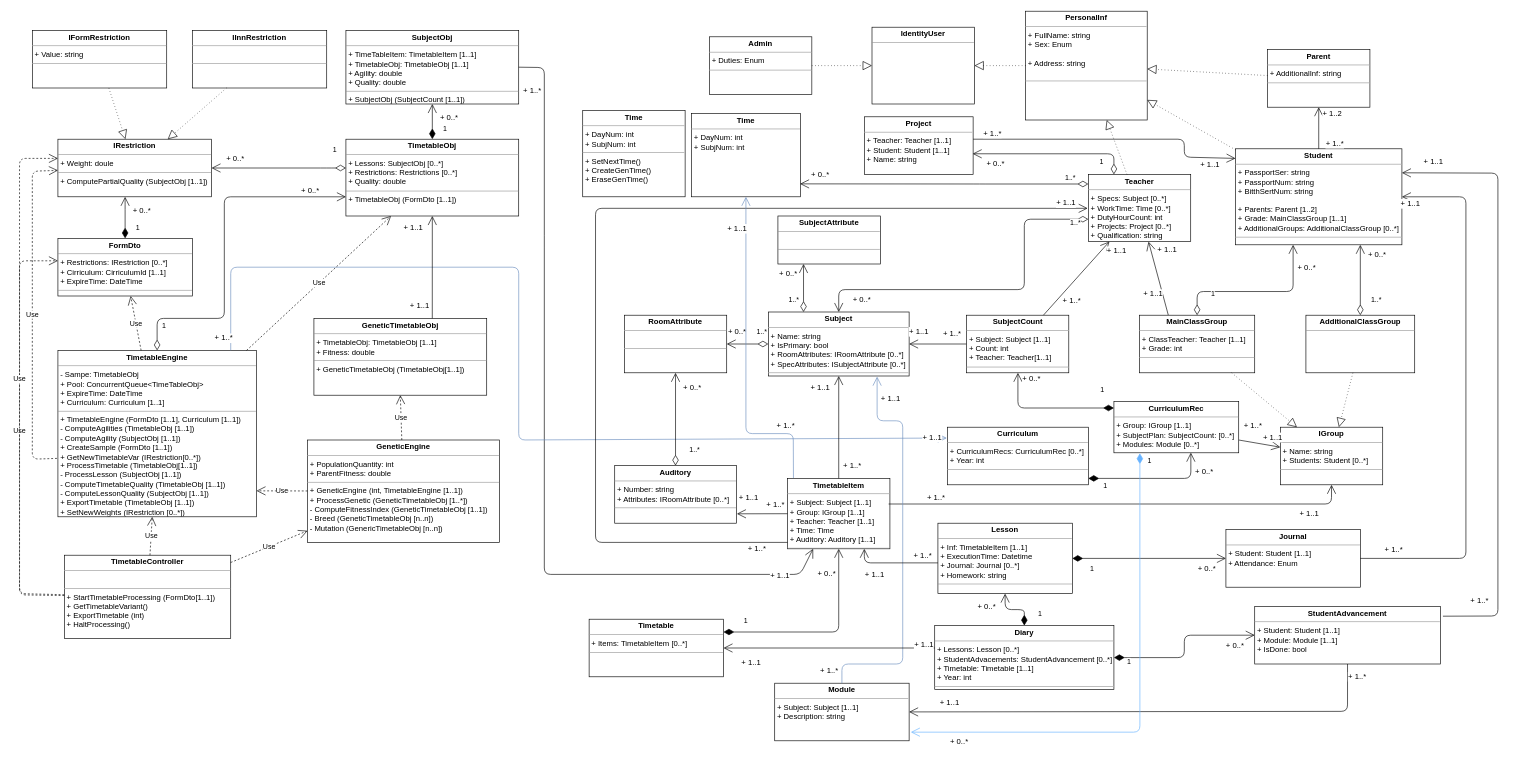
This is EF-4.drawio from Timur-Faskhutdinov/E-education_TF, a draw.io file, before an edit. Source tidied: cells renumbered, new cells numbered last; positions are measured from the earlier drawing's top-left corner, leaving out a move shared by most shapes. Both pictures are drawn from the tidied source at 64%, with x=0, y=0 at pixel (19, 11).
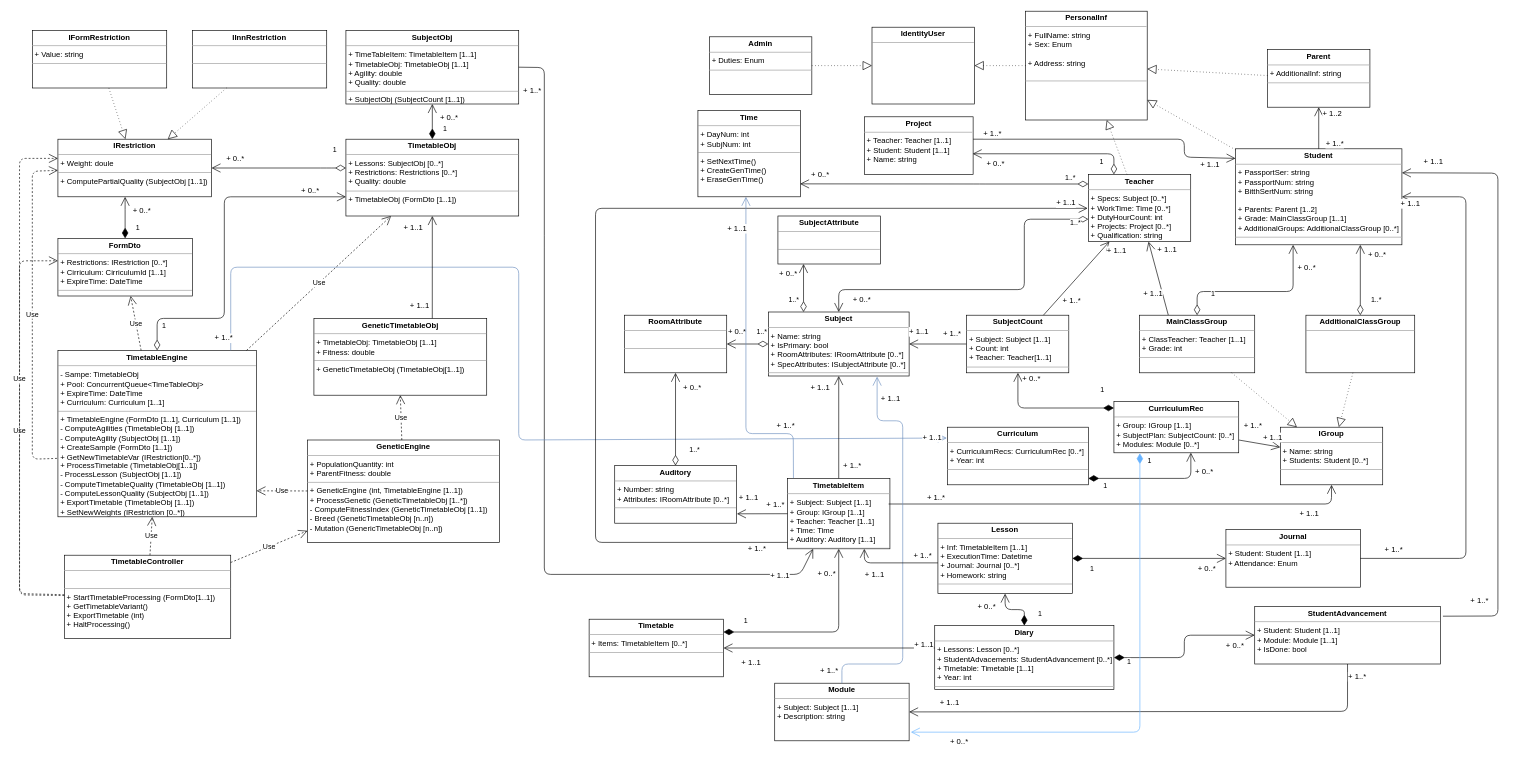
The same diagram, later.

The change refers to these unchanged cells:
```xml
<mxCell id="79" value="&lt;p style=&quot;margin: 0px ; margin-top: 4px ; text-align: center&quot;&gt;&lt;b&gt;TimetableItem&lt;/b&gt;&lt;/p&gt;&lt;hr size=&quot;1&quot;&gt;&lt;p style=&quot;margin: 0px ; margin-left: 4px&quot;&gt;+ Subject: Subject [1..1]&lt;br&gt;&lt;/p&gt;&lt;p style=&quot;margin: 0px ; margin-left: 4px&quot;&gt;+ Group: IGroup [1..1]&lt;/p&gt;&lt;p style=&quot;margin: 0px ; margin-left: 4px&quot;&gt;+ Teacher: Teacher [1..1]&lt;/p&gt;&lt;p style=&quot;margin: 0px ; margin-left: 4px&quot;&gt;+ Time: Time&lt;/p&gt;&lt;p style=&quot;margin: 0px ; margin-left: 4px&quot;&gt;+ Auditory: Auditory [1..1]&lt;/p&gt;&lt;hr size=&quot;1&quot;&gt;&lt;p style=&quot;margin: 0px ; margin-left: 4px&quot;&gt;&lt;br&gt;&lt;/p&gt;" style="verticalAlign=top;align=left;overflow=fill;fontSize=12;fontFamily=Helvetica;html=1;" parent="1" vertex="1">
  <mxGeometry x="1200" y="730" width="160" height="110" as="geometry" />
</mxCell>
```

The edit, as a diff of the source:
```diff
@@
-    <mxCell id="90" value="&lt;p style=&quot;margin: 0px ; margin-top: 4px ; text-align: center&quot;&gt;&lt;b&gt;Time&lt;/b&gt;&lt;/p&gt;&lt;hr size=&quot;1&quot;&gt;&lt;p style=&quot;margin: 0px ; margin-left: 4px&quot;&gt;+ DayNum: int&lt;/p&gt;&lt;p style=&quot;margin: 0px ; margin-left: 4px&quot;&gt;+ SubjNum: int&lt;/p&gt;&lt;p&gt;&lt;br&gt;&lt;/p&gt;" style="verticalAlign=top;align=left;overflow=fill;fontSize=12;fontFamily=Helvetica;html=1;" parent="1" vertex="1">
-      <mxGeometry x="1050" y="160" width="170" height="130" as="geometry" />
-    </mxCell>
@@
-    <mxCell id="133" style="endArrow=open;endFill=1;endSize=12;html=1;fillColor=#dae8fc;strokeColor=#6c8ebf;exitX=0.058;exitY=-0.006;exitDx=0;exitDy=0;exitPerimeter=0;" parent="1" edge="1" source="79" target="90">
+    <mxCell id="133" style="endArrow=open;endFill=1;endSize=12;html=1;fillColor=#dae8fc;strokeColor=#6c8ebf;exitX=0.058;exitY=-0.006;exitDx=0;exitDy=0;exitPerimeter=0;" parent="1" edge="1" source="79">
       <mxGeometry relative="1" as="geometry">
+        <mxPoint x="1135" y="290" as="targetPoint" />
         <Array as="points">
           <mxPoint x="1209" y="660" />
           <mxPoint x="1135" y="660" />
         </Array>
       </mxGeometry>
     </mxCell>
@@
     <mxCell id="153" value="&lt;p style=&quot;margin: 0px ; margin-top: 4px ; text-align: center&quot;&gt;&lt;b&gt;Time&lt;/b&gt;&lt;/p&gt;&lt;hr size=&quot;1&quot;&gt;&lt;p style=&quot;margin: 0px ; margin-left: 4px&quot;&gt;+ DayNum: int&lt;/p&gt;&lt;p style=&quot;margin: 0px ; margin-left: 4px&quot;&gt;+ SubjNum: int&lt;/p&gt;&lt;hr size=&quot;1&quot;&gt;&lt;p style=&quot;margin: 0px ; margin-left: 4px&quot;&gt;+ SetNextTime()&lt;/p&gt;&lt;p style=&quot;margin: 0px ; margin-left: 4px&quot;&gt;+ CreateGenTime()&lt;/p&gt;&lt;p style=&quot;margin: 0px ; margin-left: 4px&quot;&gt;+ EraseGenTime()&lt;/p&gt;" style="verticalAlign=top;align=left;overflow=fill;fontSize=12;fontFamily=Helvetica;html=1;" parent="1" vertex="1">
-      <mxGeometry x="880" y="155" width="160" height="135" as="geometry" />
+      <mxGeometry x="1060" y="155" width="160" height="135" as="geometry" />
     </mxCell>
```
